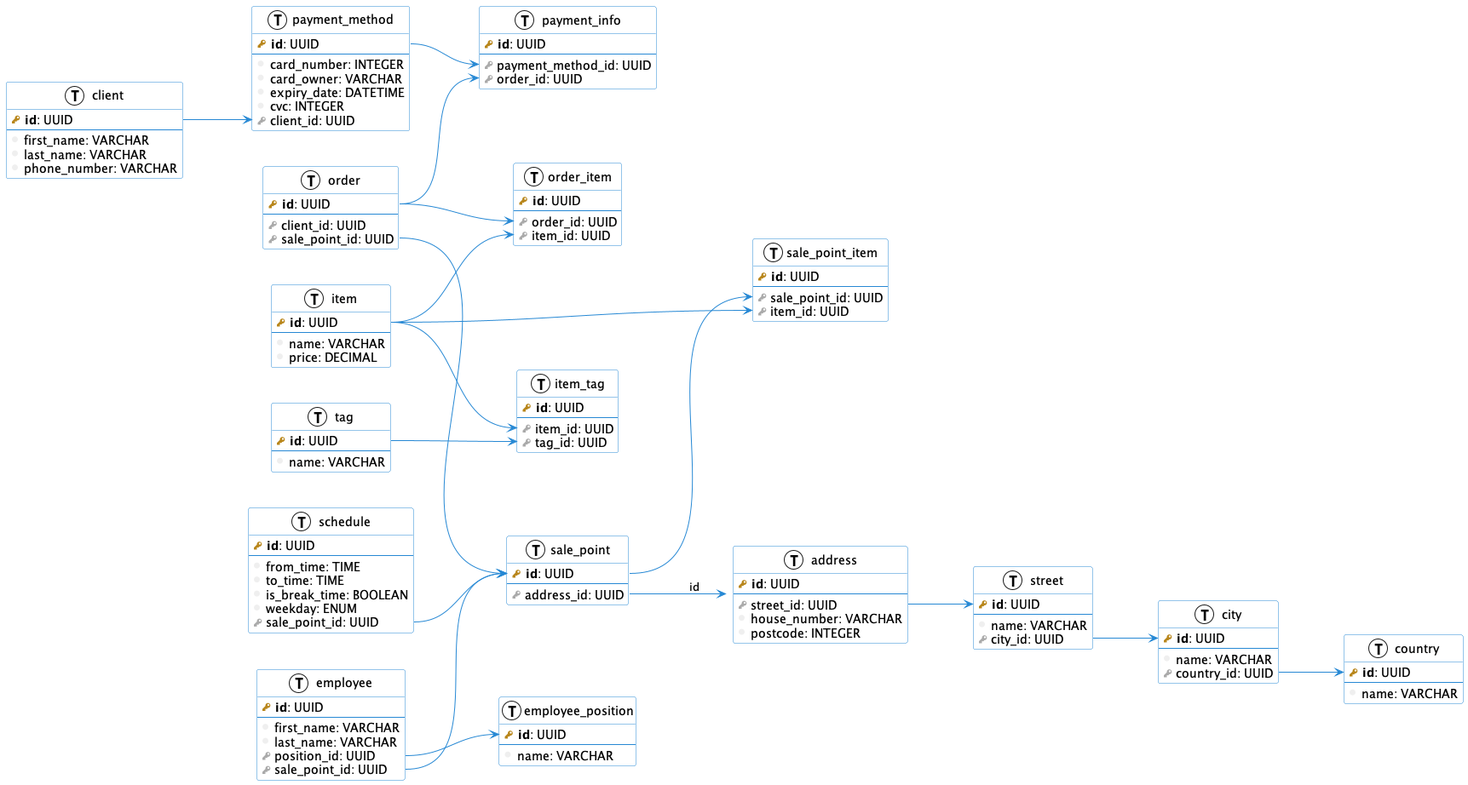
Above: db.png in danilshvalov/databases-lab (PlantUML), before the change.
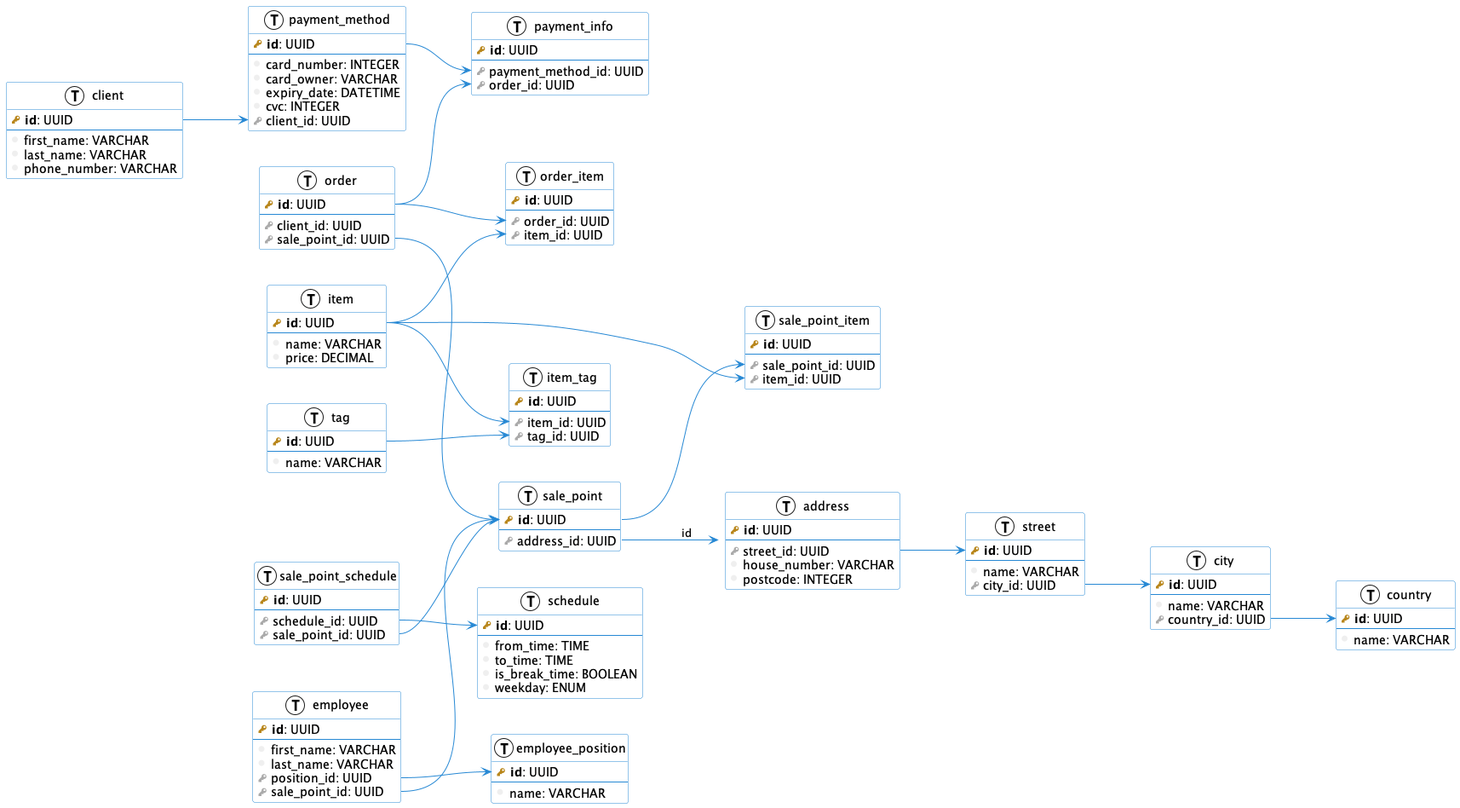
After the commit.

Commit message:
refactor(uml): using many-to-many schedule

The edit, as a diff of the source:
```diff
@@ -86,6 +86,13 @@
     foreign_key(item_id): UUID
 }
 
+table(sale_point_schedule) {
+    primary_key(id): UUID
+    --
+    foreign_key(schedule_id): UUID
+    foreign_key(sale_point_id): UUID
+}
+
 table(country) {
     primary_key(id): UUID
     --
@@ -136,7 +143,6 @@
     column(to_time): TIME
     column(is_break_time): BOOLEAN
     column(weekday): ENUM
-    foreign_key(sale_point_id): UUID
 }
 
 sale_point::id --> sale_point_item::sale_point_id
@@ -166,6 +172,7 @@
 employee::position_id --> employee_position::id
 employee::sale_point --> sale_point::id
 
-schedule::sale_point_id --> sale_point::id
+sale_point_schedule::schedule_id --> schedule::id
+sale_point_schedule::sale_point_id --> sale_point::id
 
 @enduml
```
